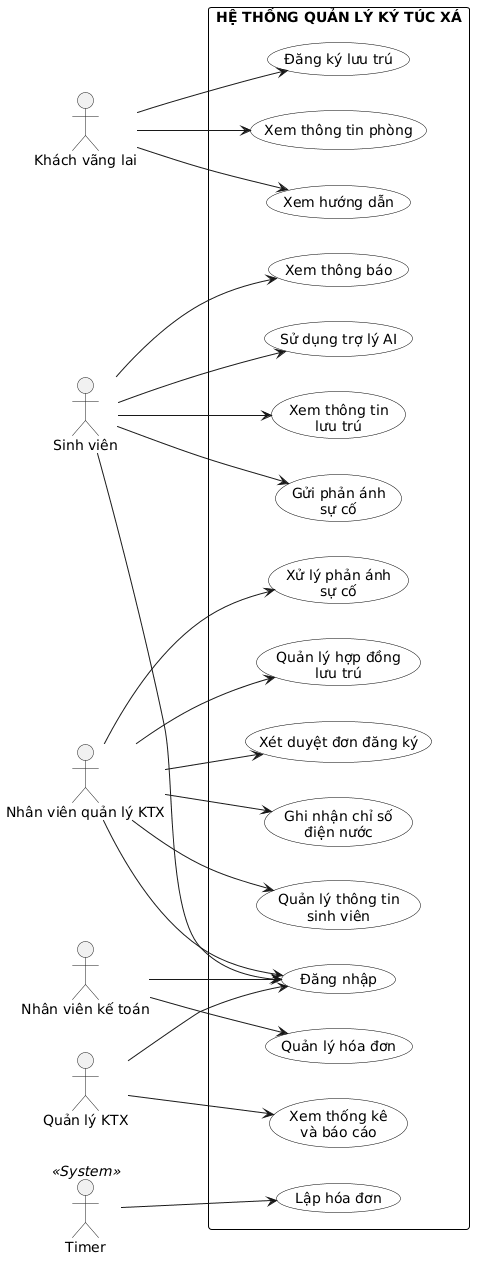
vot750422-ui/Kanto-KTX keeps this PlantUML diagram as docs/06-diagrams/use-case/Use Case Overview Diagram/use-case-overview.png.png. Above is the earlier version. The source it was exported from:
```plantuml
@startuml
left to right direction

skinparam packageStyle rectangle
skinparam actorStyle stickman
skinparam usecase {
    BackgroundColor White
    BorderColor Black
}
skinparam rectangle {
    BorderColor Black
}

actor "Khách vãng lai" as Guest
actor "Sinh viên" as Student
actor "Nhân viên quản lý KTX" as NVQL
actor "Nhân viên kế toán" as Accountant
actor "Quản lý KTX" as Manager
actor "Timer" as Timer <<System>>

rectangle "HỆ THỐNG QUẢN LÝ KÝ TÚC XÁ" {

    usecase "Xem thông tin phòng" as UC15
    usecase "Đăng ký lưu trú" as UC02
    usecase "Xem hướng dẫn" as UC16

    usecase "Xem thông báo" as UC12
    usecase "Gửi phản ánh\nsự cố" as UC08
    usecase "Xem thông tin\nlưu trú" as UC11
    usecase "Sử dụng trợ lý AI" as UC13

    usecase "Xét duyệt đơn đăng ký" as UC03
    usecase "Quản lý hợp đồng\nlưu trú" as UC05
    usecase "Xử lý phản ánh\nsự cố" as UC09
    usecase "Quản lý thông tin\nsinh viên" as UC04
    usecase "Ghi nhận chỉ số\nđiện nước" as UC06

    usecase "Đăng nhập" as UC01
    usecase "Quản lý hóa đơn" as UC07
    usecase "Xem thống kê\nvà báo cáo" as UC14
    usecase "Lập hóa đơn" as UC10
}

Guest --> UC15
Guest --> UC02
Guest --> UC16

Student --> UC12
Student --> UC08
Student --> UC11
Student --> UC13
Student --> UC01

NVQL --> UC03
NVQL --> UC05
NVQL --> UC09
NVQL --> UC04
NVQL --> UC06
NVQL --> UC01

Accountant --> UC01
Accountant --> UC07

Manager --> UC01
Manager --> UC14

Timer --> UC10
@enduml
```
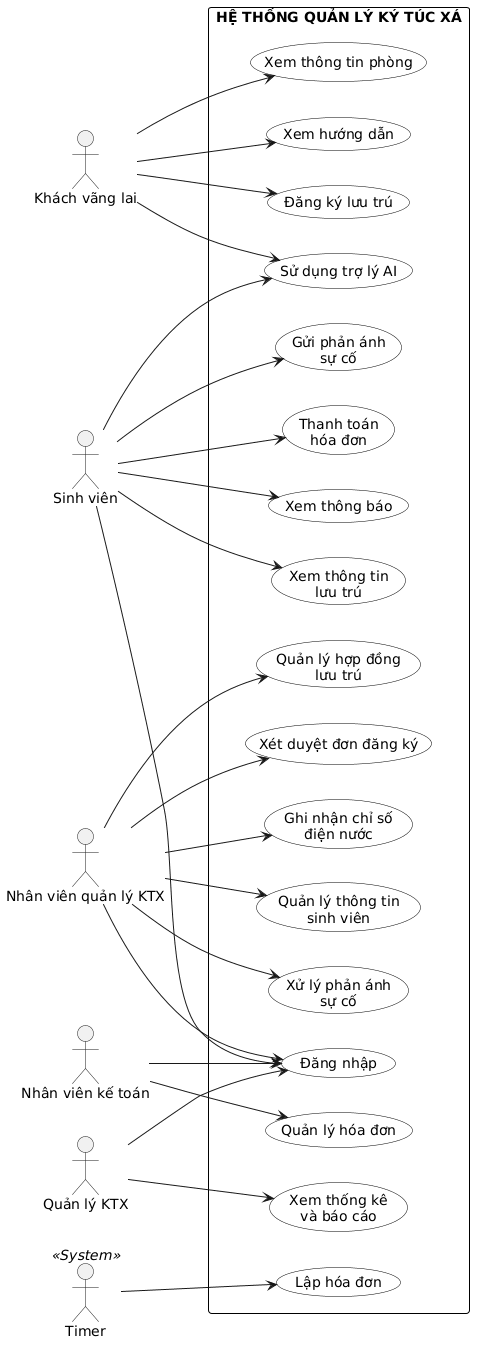
After the commit.

Diff of the diagram source:
```diff
@@ -28,6 +28,7 @@
     usecase "Gửi phản ánh\nsự cố" as UC08
     usecase "Xem thông tin\nlưu trú" as UC11
     usecase "Sử dụng trợ lý AI" as UC13
+    usecase "Thanh toán\nhóa đơn" as UC17
 
     usecase "Xét duyệt đơn đăng ký" as UC03
     usecase "Quản lý hợp đồng\nlưu trú" as UC05
@@ -44,11 +45,13 @@
 Guest --> UC15
 Guest --> UC02
 Guest --> UC16
+Guest --> UC13
 
 Student --> UC12
 Student --> UC08
 Student --> UC11
 Student --> UC13
+Student --> UC17
 Student --> UC01
 
 NVQL --> UC03
```
